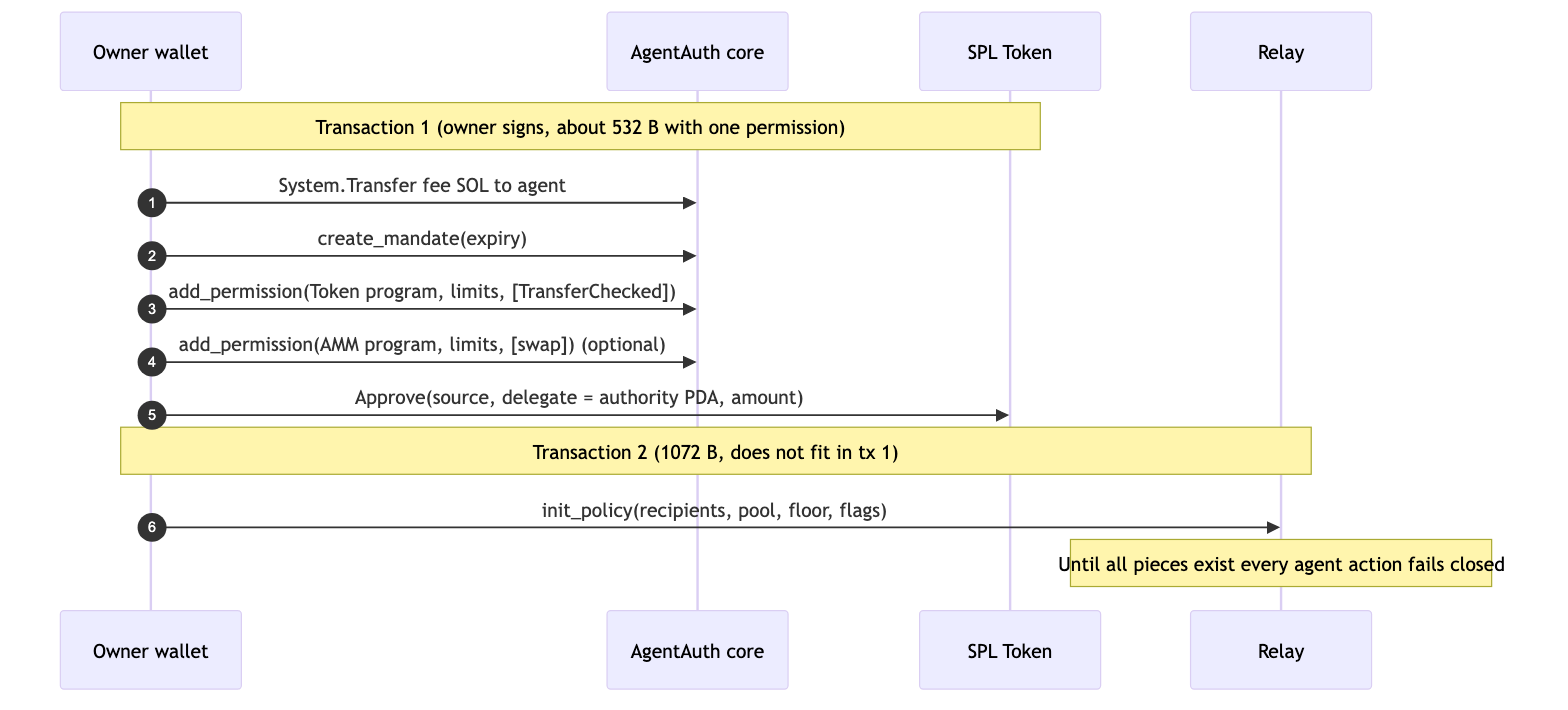
Before: docs/assets/diagrams/onboarding.png, a diagram exported from Mermaid (Turbin3/accel-AgentAuth). Its source is kept beside it as docs/assets/diagrams/onboarding.mmd. Its diagram source:
```mermaid
sequenceDiagram
  autonumber
  participant O as Owner wallet
  participant C as AgentAuth core
  participant T as SPL Token
  participant R as Relay
  Note over O,T: Transaction 1 (owner signs, about 532 B with one permission)
  O->>C: System.Transfer fee SOL to agent
  O->>C: create_mandate(expiry)
  O->>C: add_permission(Token program, limits, [TransferChecked])
  O->>C: add_permission(AMM program, limits, [swap]) (optional)
  O->>T: Approve(source, delegate = authority PDA, amount)
  Note over O,R: Transaction 2 (1072 B, does not fit in tx 1)
  O->>R: init_policy(recipients, pool, floor, flags)
  Note over R: Until all pieces exist every agent action fails closed
```
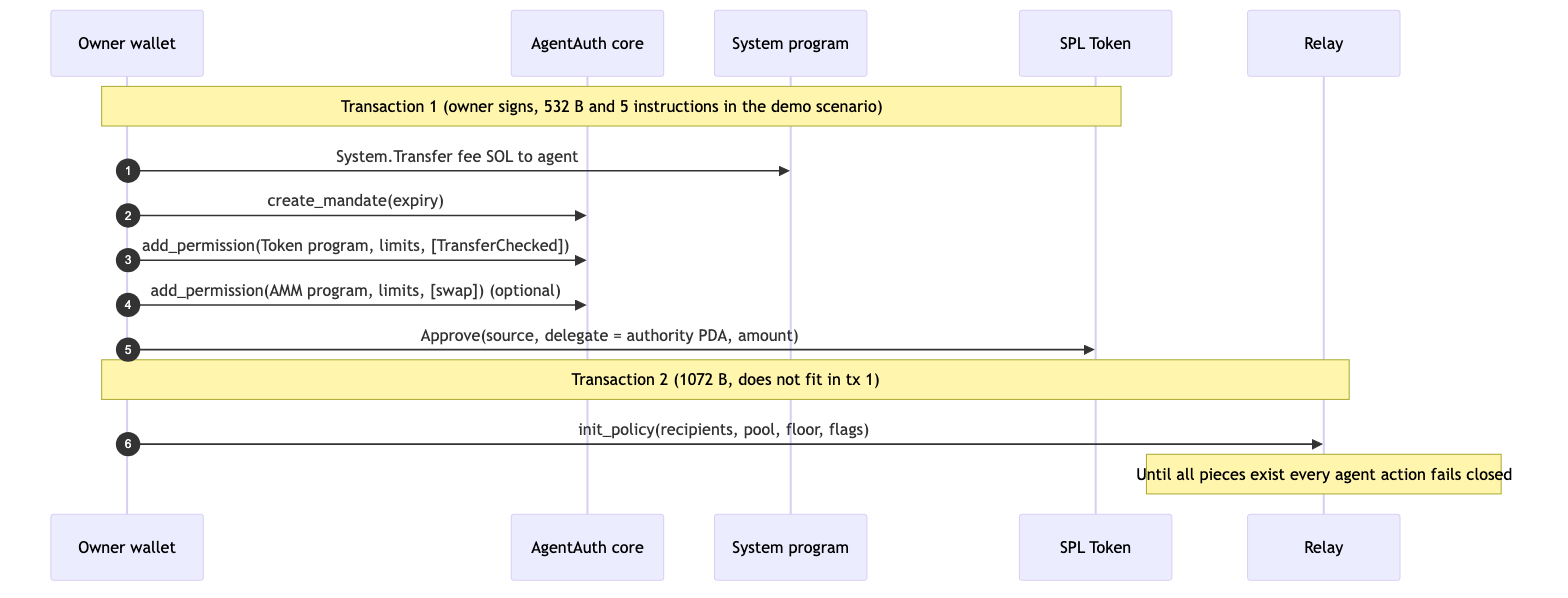
The same file after the commit.

Commit message:
docs: benchmarks from final metrics (re-run numbers, gate/re-run differences flagged, live-cluster rent), spec/integrating/architecture conformance fixes with re-rendered diagrams

The edit, as a diff of the source:
```diff
@@ -2,10 +2,11 @@
   autonumber
   participant O as Owner wallet
   participant C as AgentAuth core
+  participant Y as System program
   participant T as SPL Token
   participant R as Relay
-  Note over O,T: Transaction 1 (owner signs, about 532 B with one permission)
-  O->>C: System.Transfer fee SOL to agent
+  Note over O,T: Transaction 1 (owner signs, 532 B and 5 instructions in the demo scenario)
+  O->>Y: System.Transfer fee SOL to agent
   O->>C: create_mandate(expiry)
   O->>C: add_permission(Token program, limits, [TransferChecked])
   O->>C: add_permission(AMM program, limits, [swap]) (optional)
```
